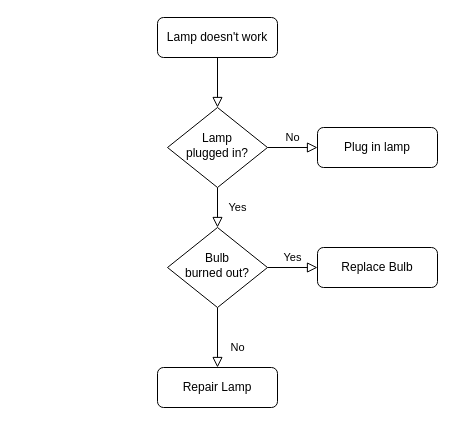
Before: Untitled Diagram.drawio in trifonas-hash/hello-world, a draw.io diagram. Source tidied: cells renumbered, new cells numbered last; positions are measured from the earlier drawing's top-left corner, leaving out a move shared by most shapes. Both pictures are drawn from the tidied source at 100%, with x=0, y=0 at pixel (157, 17).
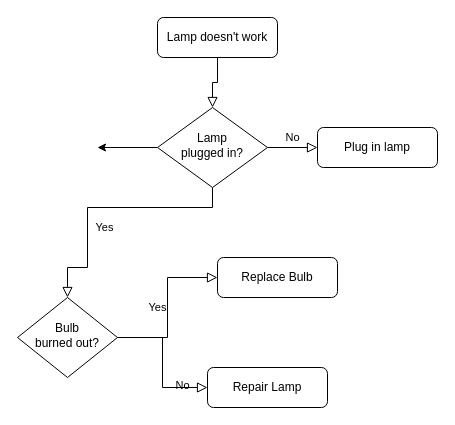
The same page after the edit.

Diff of the diagram source:
```diff
@@
 <mxGraphModel>
   <root>
     <mxCell id="0" />
     <mxCell id="1" parent="0" />
     <mxCell id="2" style="rounded=0;html=1;jettySize=auto;fontSize=11;endArrow=block;endFill=0;endSize=8;strokeWidth=1;shadow=0;labelBackgroundColor=none;edgeStyle=orthogonalEdgeStyle;" parent="1" edge="1" source="3" target="6">
       <mxGeometry relative="1" as="geometry" />
     </mxCell>
     <mxCell id="3" value="Lamp doesn't work" style="rounded=1;whiteSpace=wrap;html=1;fontSize=12;glass=0;strokeWidth=1;shadow=0;" parent="1" vertex="1">
       <mxGeometry width="120" height="40" as="geometry" />
     </mxCell>
     <mxCell id="4" value="Yes" style="rounded=0;html=1;jettySize=auto;fontSize=11;endArrow=block;endFill=0;endSize=8;strokeWidth=1;shadow=0;labelBackgroundColor=none;edgeStyle=orthogonalEdgeStyle;" parent="1" edge="1" source="6" target="10">
-      <mxGeometry y="20" relative="1" as="geometry" />
+      <mxGeometry y="20" relative="1" as="geometry">
+        <Array as="points">
+          <mxPoint x="55" y="190" />
+          <mxPoint x="-70" y="190" />
+          <mxPoint x="-70" y="250" />
+        </Array>
+      </mxGeometry>
     </mxCell>
     <mxCell id="5" value="No" style="edgeStyle=orthogonalEdgeStyle;rounded=0;html=1;jettySize=auto;fontSize=11;endArrow=block;endFill=0;endSize=8;strokeWidth=1;shadow=0;labelBackgroundColor=none;" parent="1" edge="1" source="6" target="7">
       <mxGeometry y="10" relative="1" as="geometry" />
     </mxCell>
+    <mxCell id="13" style="edgeStyle=orthogonalEdgeStyle;rounded=0;jettySize=auto;html=1;" parent="1" edge="1" source="6">
+      <mxGeometry relative="1" as="geometry">
+        <mxPoint x="-60" y="130" as="targetPoint" />
+      </mxGeometry>
+    </mxCell>
     <mxCell id="6" value="Lamp&lt;br&gt;plugged in?" style="rhombus;whiteSpace=wrap;html=1;shadow=0;fontFamily=Helvetica;fontSize=12;align=center;strokeWidth=1;spacing=6;spacingTop=-4;" parent="1" vertex="1">
-      <mxGeometry x="10" y="90" width="100" height="80" as="geometry" />
+      <mxGeometry y="90" width="110" height="80" as="geometry" />
     </mxCell>
     <mxCell id="7" value="Plug in lamp" style="rounded=1;whiteSpace=wrap;html=1;fontSize=12;glass=0;strokeWidth=1;shadow=0;" parent="1" vertex="1">
       <mxGeometry x="160" y="110" width="120" height="40" as="geometry" />
     </mxCell>
     <mxCell id="8" value="No" style="rounded=0;html=1;jettySize=auto;fontSize=11;endArrow=block;endFill=0;endSize=8;strokeWidth=1;shadow=0;labelBackgroundColor=none;edgeStyle=orthogonalEdgeStyle;" parent="1" edge="1" source="10" target="11">
       <mxGeometry x="0.33" y="20" relative="1" as="geometry" />
     </mxCell>
     <mxCell id="9" value="Yes" style="edgeStyle=orthogonalEdgeStyle;rounded=0;html=1;jettySize=auto;fontSize=11;endArrow=block;endFill=0;endSize=8;strokeWidth=1;shadow=0;labelBackgroundColor=none;" parent="1" edge="1" source="10" target="12">
       <mxGeometry y="10" relative="1" as="geometry" />
     </mxCell>
     <mxCell id="10" value="Bulb&lt;br&gt;burned out?" style="rhombus;whiteSpace=wrap;html=1;shadow=0;fontFamily=Helvetica;fontSize=12;align=center;strokeWidth=1;spacing=6;spacingTop=-4;" parent="1" vertex="1">
-      <mxGeometry x="10" y="210" width="100" height="80" as="geometry" />
+      <mxGeometry x="-140" y="280" width="100" height="80" as="geometry" />
     </mxCell>
     <mxCell id="11" value="Repair Lamp" style="rounded=1;whiteSpace=wrap;html=1;fontSize=12;glass=0;strokeWidth=1;shadow=0;" parent="1" vertex="1">
-      <mxGeometry y="350" width="120" height="40" as="geometry" />
+      <mxGeometry x="50" y="350" width="120" height="40" as="geometry" />
     </mxCell>
     <mxCell id="12" value="Replace Bulb" style="rounded=1;whiteSpace=wrap;html=1;fontSize=12;glass=0;strokeWidth=1;shadow=0;" parent="1" vertex="1">
-      <mxGeometry x="160" y="230" width="120" height="40" as="geometry" />
+      <mxGeometry x="60" y="240" width="120" height="40" as="geometry" />
     </mxCell>
   </root>
 </mxGraphModel>
```
